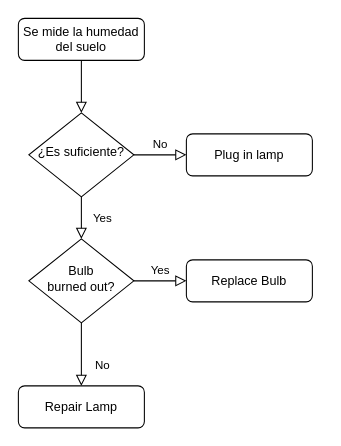
Above: Untitled Diagram.drawio in bayaspirina/Riego (draw.io), before the change. Source tidied: cells renumbered, new cells numbered last; positions are measured from the earlier drawing's top-left corner, leaving out a move shared by most shapes. Both pictures are drawn from the tidied source at 105%, with x=0, y=0 at pixel (18, 18).
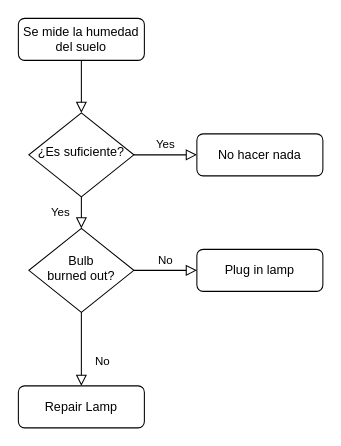
Above is the later version.

Diff of the diagram source:
```diff
@@
 <mxGraphModel>
   <root>
     <mxCell id="0" />
     <mxCell id="1" parent="0" />
     <mxCell id="2" style="rounded=0;html=1;jettySize=auto;fontSize=11;endArrow=block;endFill=0;endSize=8;strokeWidth=1;shadow=0;labelBackgroundColor=none;edgeStyle=orthogonalEdgeStyle;" parent="1" edge="1" source="3" target="6">
       <mxGeometry relative="1" as="geometry" />
     </mxCell>
     <mxCell id="3" value="Se mide la humedad del suelo" style="rounded=1;whiteSpace=wrap;html=1;fontSize=12;glass=0;strokeWidth=1;shadow=0;" parent="1" vertex="1">
       <mxGeometry width="120" height="40" as="geometry" />
     </mxCell>
     <mxCell id="4" value="Yes" style="rounded=0;html=1;jettySize=auto;fontSize=11;endArrow=block;endFill=0;endSize=8;strokeWidth=1;shadow=0;labelBackgroundColor=none;edgeStyle=orthogonalEdgeStyle;" parent="1" edge="1" source="6" target="10">
       <mxGeometry y="20" relative="1" as="geometry" />
     </mxCell>
-    <mxCell id="5" value="No" style="edgeStyle=orthogonalEdgeStyle;rounded=0;html=1;jettySize=auto;fontSize=11;endArrow=block;endFill=0;endSize=8;strokeWidth=1;shadow=0;labelBackgroundColor=none;" parent="1" edge="1" source="6" target="7">
+    <mxCell id="5" value="No" style="edgeStyle=orthogonalEdgeStyle;rounded=0;html=1;jettySize=auto;fontSize=11;endArrow=block;endFill=0;endSize=8;strokeWidth=1;shadow=0;labelBackgroundColor=none;exitX=1;exitY=0.5;exitDx=0;exitDy=0;" parent="1" edge="1" source="10" target="7">
       <mxGeometry y="10" relative="1" as="geometry" />
     </mxCell>
     <mxCell id="6" value="¿Es suficiente?" style="rhombus;whiteSpace=wrap;html=1;shadow=0;fontFamily=Helvetica;fontSize=12;align=center;strokeWidth=1;spacing=6;spacingTop=-4;" parent="1" vertex="1">
       <mxGeometry x="10" y="90" width="100" height="80" as="geometry" />
     </mxCell>
     <mxCell id="7" value="Plug in lamp" style="rounded=1;whiteSpace=wrap;html=1;fontSize=12;glass=0;strokeWidth=1;shadow=0;" parent="1" vertex="1">
-      <mxGeometry x="160" y="110" width="120" height="40" as="geometry" />
+      <mxGeometry x="170" y="220" width="120" height="40" as="geometry" />
     </mxCell>
     <mxCell id="8" value="No" style="rounded=0;html=1;jettySize=auto;fontSize=11;endArrow=block;endFill=0;endSize=8;strokeWidth=1;shadow=0;labelBackgroundColor=none;edgeStyle=orthogonalEdgeStyle;" parent="1" edge="1" source="10" target="11">
       <mxGeometry x="0.33" y="20" relative="1" as="geometry" />
     </mxCell>
-    <mxCell id="9" value="Yes" style="edgeStyle=orthogonalEdgeStyle;rounded=0;html=1;jettySize=auto;fontSize=11;endArrow=block;endFill=0;endSize=8;strokeWidth=1;shadow=0;labelBackgroundColor=none;" parent="1" edge="1" source="10" target="12">
+    <mxCell id="9" value="Yes" style="edgeStyle=orthogonalEdgeStyle;rounded=0;html=1;jettySize=auto;fontSize=11;endArrow=block;endFill=0;endSize=8;strokeWidth=1;shadow=0;labelBackgroundColor=none;exitX=1;exitY=0.5;exitDx=0;exitDy=0;" parent="1" edge="1" source="6" target="12">
       <mxGeometry y="10" relative="1" as="geometry" />
     </mxCell>
     <mxCell id="10" value="Bulb&lt;br&gt;burned out?" style="rhombus;whiteSpace=wrap;html=1;shadow=0;fontFamily=Helvetica;fontSize=12;align=center;strokeWidth=1;spacing=6;spacingTop=-4;" parent="1" vertex="1">
-      <mxGeometry x="10" y="210" width="100" height="80" as="geometry" />
+      <mxGeometry x="10" y="200" width="100" height="80" as="geometry" />
     </mxCell>
     <mxCell id="11" value="Repair Lamp" style="rounded=1;whiteSpace=wrap;html=1;fontSize=12;glass=0;strokeWidth=1;shadow=0;" parent="1" vertex="1">
       <mxGeometry y="350" width="120" height="40" as="geometry" />
     </mxCell>
-    <mxCell id="12" value="Replace Bulb" style="rounded=1;whiteSpace=wrap;html=1;fontSize=12;glass=0;strokeWidth=1;shadow=0;" parent="1" vertex="1">
-      <mxGeometry x="160" y="230" width="120" height="40" as="geometry" />
+    <mxCell id="12" value="No hacer nada" style="rounded=1;whiteSpace=wrap;html=1;fontSize=12;glass=0;strokeWidth=1;shadow=0;" parent="1" vertex="1">
+      <mxGeometry x="170" y="110" width="120" height="40" as="geometry" />
     </mxCell>
   </root>
 </mxGraphModel>
```
